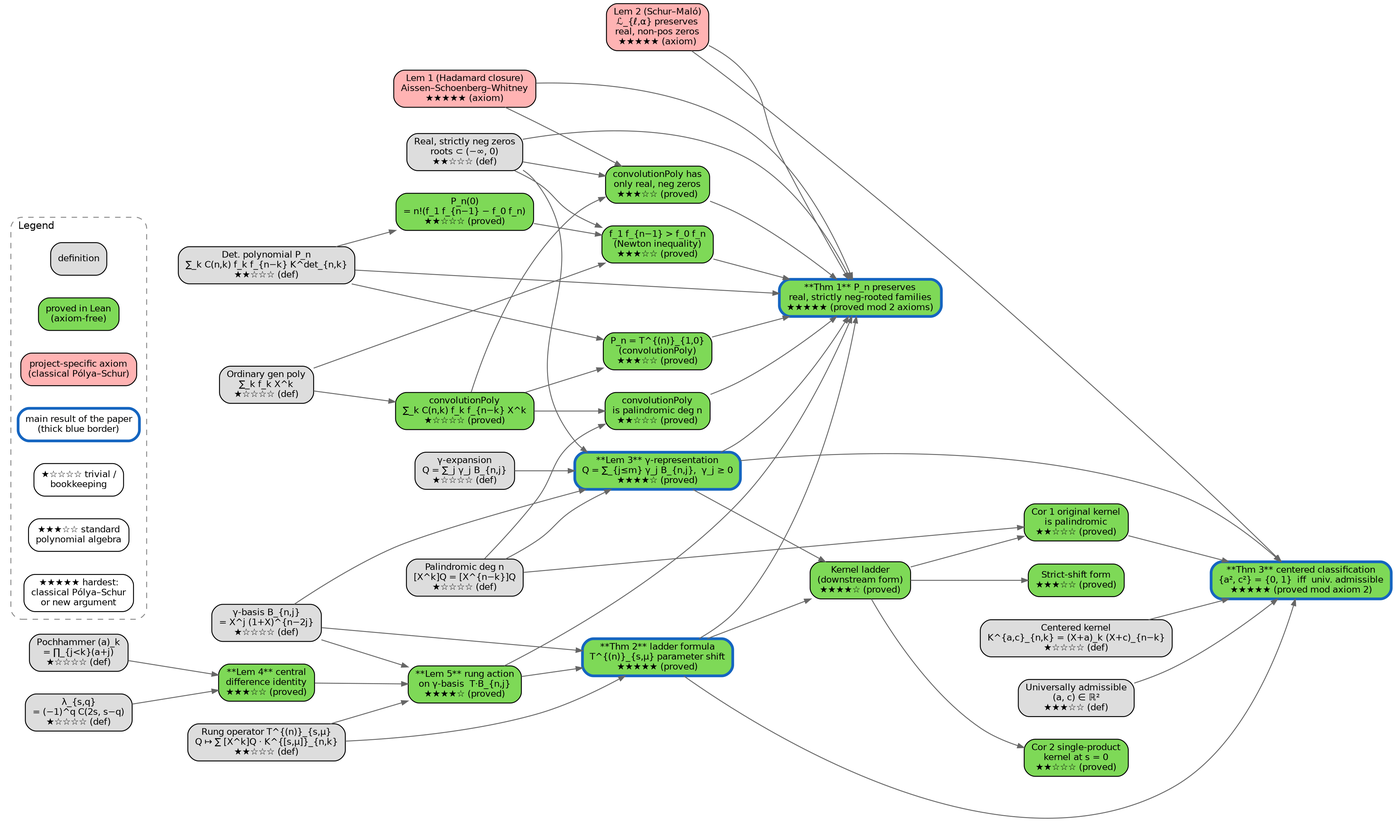
The Graphviz diagram blueprint/dep_graph.png in rvazdev-ex/gamma-pochhammer, before a commit. Its source is kept beside it as blueprint/dep_graph.dot. The source it was exported from:
```dot

digraph blueprint {
  rankdir=LR;
  ranksep=0.6;
  nodesep=0.35;
  node  [shape=box, style="filled,rounded", fontname="Helvetica", fontsize=10];
  edge  [color="#666666", arrowsize=0.7];


  "def:HasOnlyRealNegativeZeros"
      [label="Real, strictly neg zeros\nroots ⊂ (−∞, 0)\n★★☆☆☆ (def)",
       fillcolor="#dddddd"];
  "def:PalindromicOfDegree"
      [label="Palindromic deg n\n[X^k]Q = [X^{n−k}]Q\n★☆☆☆☆ (def)",
       fillcolor="#dddddd"];
  "def:pochhammer"
      [label="Pochhammer (a)_k\n= ∏_{j<k}(a+j)\n★☆☆☆☆ (def)",
       fillcolor="#dddddd"];
  "def:ordinaryGen"
      [label="Ordinary gen poly\n∑_k f_k X^k\n★☆☆☆☆ (def)",
       fillcolor="#dddddd"];
  "def:gammaBasis"
      [label="γ-basis B_{n,j}\n= X^j (1+X)^{n−2j}\n★☆☆☆☆ (def)",
       fillcolor="#dddddd"];
  "def:IsGammaExpansion"
      [label="γ-expansion\nQ = ∑_j γ_j B_{n,j}\n★☆☆☆☆ (def)",
       fillcolor="#dddddd"];
  "def:determinantPolynomial"
      [label="Det. polynomial P_n\n∑_k C(n,k) f_k f_{n−k} K^det_{n,k}\n★★☆☆☆ (def)",
       fillcolor="#dddddd"];


  "lem:hadamard_closure"
      [label="Lem 1 (Hadamard closure)\nAissen–Schoenberg–Whitney\n★★★★★ (axiom)",
       fillcolor="#ffb3b3"];
  "lem:schur_preserves_nonpos"
      [label="Lem 2 (Schur–Maló)\nℒ_{ℓ,α} preserves\nreal, non-pos zeros\n★★★★★ (axiom)",
       fillcolor="#ffb3b3"];

  "lem:gamma_representation"
      [label="**Lem 3** γ-representation\nQ = ∑_{j≤m} γ_j B_{n,j},  γ_j ≥ 0\n★★★★☆ (proved)",
       fillcolor="#7ed957", color="#1565c0", penwidth=3];

  "lem:convolutionPoly"
      [label="convolutionPoly\n∑_k C(n,k) f_k f_{n−k} X^k\n★☆☆☆☆ (proved)",
       fillcolor="#7ed957"];
  "lem:convolutionPoly_palindromic"
      [label="convolutionPoly\nis palindromic deg n\n★★☆☆☆ (proved)",
       fillcolor="#7ed957"];
  "lem:convolutionPoly_hasOnlyRealNegativeZeros"
      [label="convolutionPoly has\nonly real, neg zeros\n★★★☆☆ (proved)",
       fillcolor="#7ed957"];
  "lem:determinantPolynomial_eq_rungOperator_convolutionPoly"
      [label="P_n = T^{(n)}_{1,0}\n(convolutionPoly)\n★★★☆☆ (proved)",
       fillcolor="#7ed957"];
  "lem:determinantPolynomial_eval_zero"
      [label="P_n(0)\n= n!(f_1 f_{n−1} − f_0 f_n)\n★★☆☆☆ (proved)",
       fillcolor="#7ed957"];
  "lem:cauchy_schwarz_f1_fn1_gt_f0_fn"
      [label="f_1 f_{n−1} > f_0 f_n\n(Newton inequality)\n★★★☆☆ (proved)",
       fillcolor="#7ed957"];

  "thm:main"
      [label="**Thm 1** P_n preserves\nreal, strictly neg-rooted families\n★★★★★ (proved mod 2 axioms)",
       fillcolor="#7ed957", color="#1565c0", penwidth=3];

  "def:PalindromicOfDegree"      -> "lem:gamma_representation";
  "def:gammaBasis"               -> "lem:gamma_representation";
  "def:IsGammaExpansion"         -> "lem:gamma_representation";
  "def:HasOnlyRealNegativeZeros" -> "lem:gamma_representation";

  "def:ordinaryGen"              -> "lem:convolutionPoly";
  "lem:convolutionPoly"          -> "lem:convolutionPoly_palindromic";
  "def:PalindromicOfDegree"      -> "lem:convolutionPoly_palindromic";
  "lem:convolutionPoly"          -> "lem:convolutionPoly_hasOnlyRealNegativeZeros";
  "lem:hadamard_closure"         -> "lem:convolutionPoly_hasOnlyRealNegativeZeros";
  "def:HasOnlyRealNegativeZeros" -> "lem:convolutionPoly_hasOnlyRealNegativeZeros";
  "def:determinantPolynomial"    -> "lem:determinantPolynomial_eq_rungOperator_convolutionPoly";
  "lem:convolutionPoly"          -> "lem:determinantPolynomial_eq_rungOperator_convolutionPoly";
  "def:determinantPolynomial"    -> "lem:determinantPolynomial_eval_zero";
  "def:ordinaryGen"              -> "lem:cauchy_schwarz_f1_fn1_gt_f0_fn";
  "def:HasOnlyRealNegativeZeros" -> "lem:cauchy_schwarz_f1_fn1_gt_f0_fn";
  "lem:determinantPolynomial_eval_zero" -> "lem:cauchy_schwarz_f1_fn1_gt_f0_fn";

  "def:determinantPolynomial"                 -> "thm:main";
  "def:HasOnlyRealNegativeZeros"              -> "thm:main";
  "lem:hadamard_closure"                      -> "thm:main";
  "lem:schur_preserves_nonpos"                -> "thm:main";
  "lem:gamma_representation"                  -> "thm:main";
  "lem:convolutionPoly_palindromic"           -> "thm:main";
  "lem:convolutionPoly_hasOnlyRealNegativeZeros" -> "thm:main";
  "lem:determinantPolynomial_eq_rungOperator_convolutionPoly" -> "thm:main";
  "lem:cauchy_schwarz_f1_fn1_gt_f0_fn"        -> "thm:main";


  "def:lambda"
      [label="λ_{s,q}\n= (−1)^q C(2s, s−q)\n★☆☆☆☆ (def)",
       fillcolor="#dddddd"];
  "def:rungOperator"
      [label="Rung operator T^{(n)}_{s,μ}\nQ ↦ ∑ [X^k]Q · K^{[s,μ]}_{n,k}\n★★☆☆☆ (def)",
       fillcolor="#dddddd"];

  "lem:central_difference_identity"
      [label="**Lem 4** central\ndifference identity\n★★★☆☆ (proved)",
       fillcolor="#7ed957"];
  "lem:rung_action_on_gamma_basis"
      [label="**Lem 5** rung action\non γ-basis  T·B_{n,j}\n★★★★☆ (proved)",
       fillcolor="#7ed957"];

  "thm:ladder_formula"
      [label="**Thm 2** ladder formula\nT^{(n)}_{s,μ} parameter shift\n★★★★★ (proved)",
       fillcolor="#7ed957", color="#1565c0", penwidth=3];

  "thm:pochhammer_kernel_ladder"
      [label="Kernel ladder\n(downstream form)\n★★★★☆ (proved)",
       fillcolor="#7ed957"];
  "thm:pochhammer_kernel_ladder_strict_shift"
      [label="Strict-shift form\n★★★☆☆ (proved)",
       fillcolor="#7ed957"];
  "cor:original_kernel_palindromic"
      [label="Cor 1 original kernel\nis palindromic\n★★☆☆☆ (proved)",
       fillcolor="#7ed957"];
  "cor:single_product_kernel"
      [label="Cor 2 single-product\nkernel at s = 0\n★★☆☆☆ (proved)",
       fillcolor="#7ed957"];

  "def:lambda"     -> "lem:central_difference_identity";
  "def:pochhammer" -> "lem:central_difference_identity";
  "def:rungOperator" -> "lem:rung_action_on_gamma_basis";
  "def:gammaBasis"   -> "lem:rung_action_on_gamma_basis";
  "lem:central_difference_identity" -> "lem:rung_action_on_gamma_basis";

  "lem:rung_action_on_gamma_basis" -> "thm:ladder_formula";
  "def:rungOperator"               -> "thm:ladder_formula";
  "def:gammaBasis"                 -> "thm:ladder_formula";
  "thm:ladder_formula"             -> "thm:pochhammer_kernel_ladder";
  "lem:gamma_representation"       -> "thm:pochhammer_kernel_ladder";
  "thm:pochhammer_kernel_ladder"   -> "thm:pochhammer_kernel_ladder_strict_shift";
  "thm:pochhammer_kernel_ladder"   -> "cor:original_kernel_palindromic";
  "def:PalindromicOfDegree"        -> "cor:original_kernel_palindromic";
  "thm:pochhammer_kernel_ladder"   -> "cor:single_product_kernel";

  "lem:rung_action_on_gamma_basis" -> "thm:main";
  "thm:ladder_formula"             -> "thm:main";


  "def:centeredKernel"
      [label="Centered kernel\nK^{a,c}_{n,k} = (X+a)_k (X+c)_{n−k}\n★☆☆☆☆ (def)",
       fillcolor="#dddddd"];
  "def:UniversallyAdmissibleCentered"
      [label="Universally admissible\n(a, c) ∈ ℝ²\n★★★☆☆ (def)",
       fillcolor="#dddddd"];

  "thm:centered_classification"
      [label="**Thm 3** centered classification\n{a², c²} = {0, 1}  iff  univ. admissible\n★★★★★ (proved mod axiom 2)",
       fillcolor="#7ed957", color="#1565c0", penwidth=3];

  "def:UniversallyAdmissibleCentered" -> "thm:centered_classification";
  "def:centeredKernel"                -> "thm:centered_classification";
  "lem:schur_preserves_nonpos"        -> "thm:centered_classification";
  "cor:original_kernel_palindromic"   -> "thm:centered_classification";
  "lem:gamma_representation"          -> "thm:centered_classification";
  "thm:ladder_formula"                -> "thm:centered_classification";


  subgraph cluster_legend {
    label="Legend";
    labeljust=l;
    style="rounded,dashed";
    color="#888888";
    fontname="Helvetica";
    fontsize=11;
    node [shape=box, style="filled,rounded", fontsize=10];

    "L_def"   [label="definition",
               fillcolor="#dddddd"];
    "L_done"  [label="proved in Lean\n(axiom-free)",
               fillcolor="#7ed957"];
    "L_axiom" [label="project-specific axiom\n(classical Pólya–Schur)",
               fillcolor="#ffb3b3"];
    "L_main"  [label="main result of the paper\n(thick blue border)",
               fillcolor="#ffffff", color="#1565c0", penwidth=3];
    "L_diff1" [label="★☆☆☆☆ trivial /\nbookkeeping",
               fillcolor="#ffffff"];
    "L_diff3" [label="★★★☆☆ standard\npolynomial algebra",
               fillcolor="#ffffff"];
    "L_diff5" [label="★★★★★ hardest:\nclassical Pólya–Schur\nor new argument",
               fillcolor="#ffffff"];
    {rank=same; "L_def" "L_done" "L_axiom" "L_main"
                "L_diff1" "L_diff3" "L_diff5"}
  }
}
```
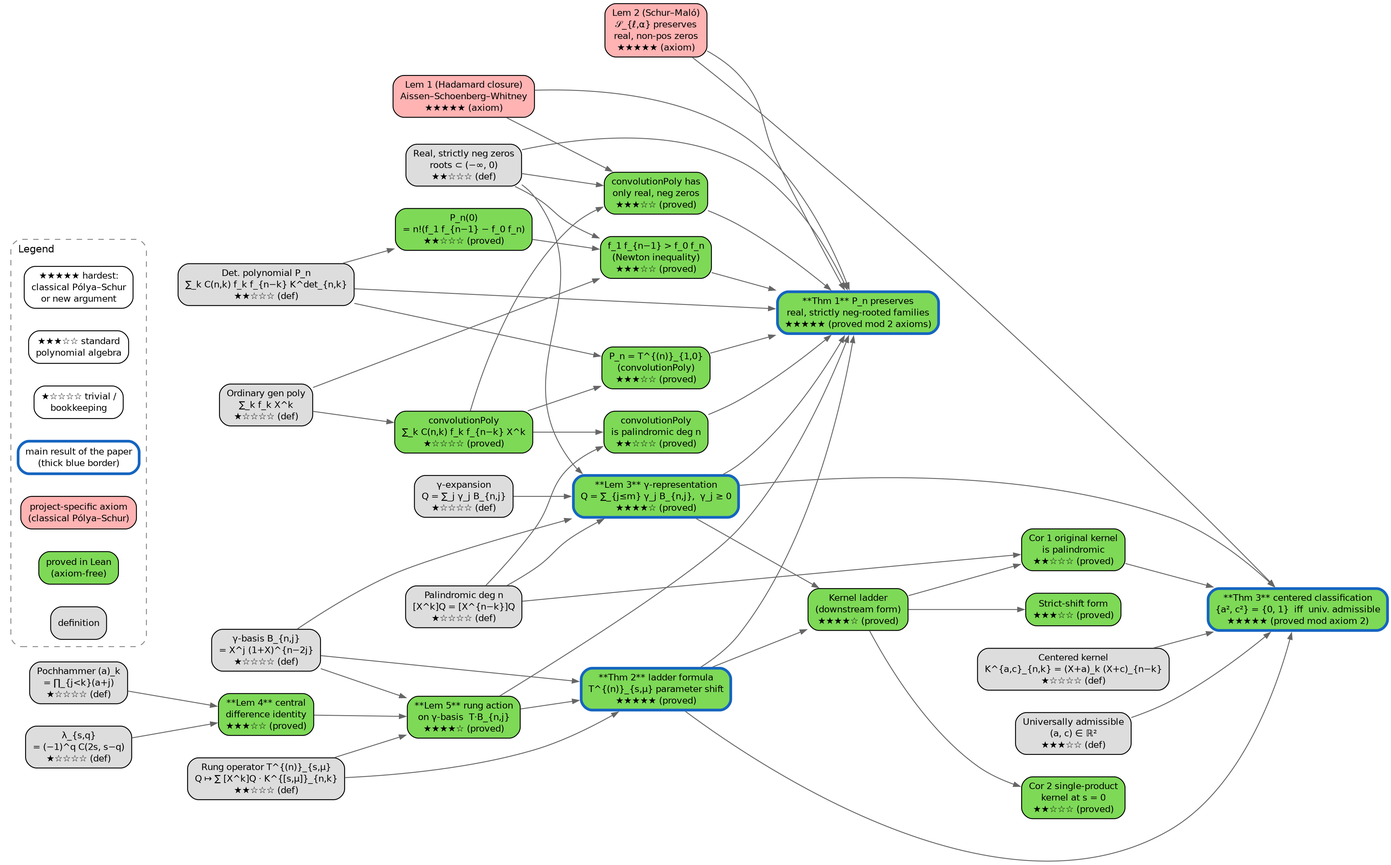
Later version of the same file.

Commit message:
Rename Schur-type transform symbol from \mathcal{L} to \mathcal{S}

What changed in the source:
```diff
@@ -34,7 +34,7 @@
       [label="Lem 1 (Hadamard closure)\nAissen–Schoenberg–Whitney\n★★★★★ (axiom)",
        fillcolor="#ffb3b3"];
   "lem:schur_preserves_nonpos"
-      [label="Lem 2 (Schur–Maló)\nℒ_{ℓ,α} preserves\nreal, non-pos zeros\n★★★★★ (axiom)",
+      [label="Lem 2 (Schur–Maló)\n𝒮_{ℓ,α} preserves\nreal, non-pos zeros\n★★★★★ (axiom)",
        fillcolor="#ffb3b3"];
 
   "lem:gamma_representation"
```
